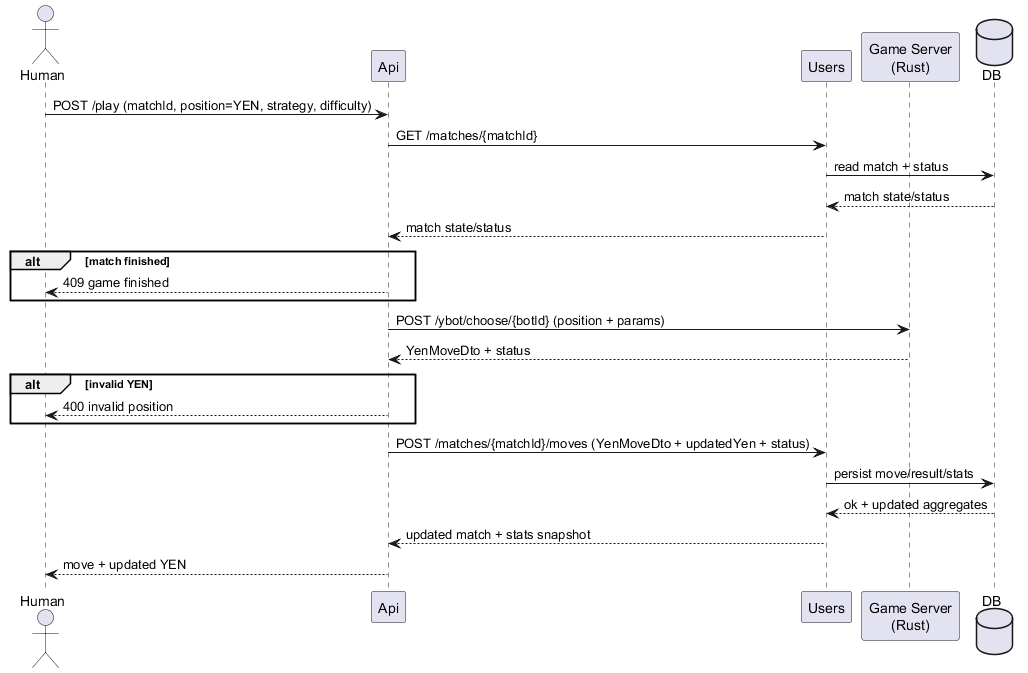
Earlier version of the PlantUML export images/runtime-human-move.png (Arquisoft/yovi_es1c).
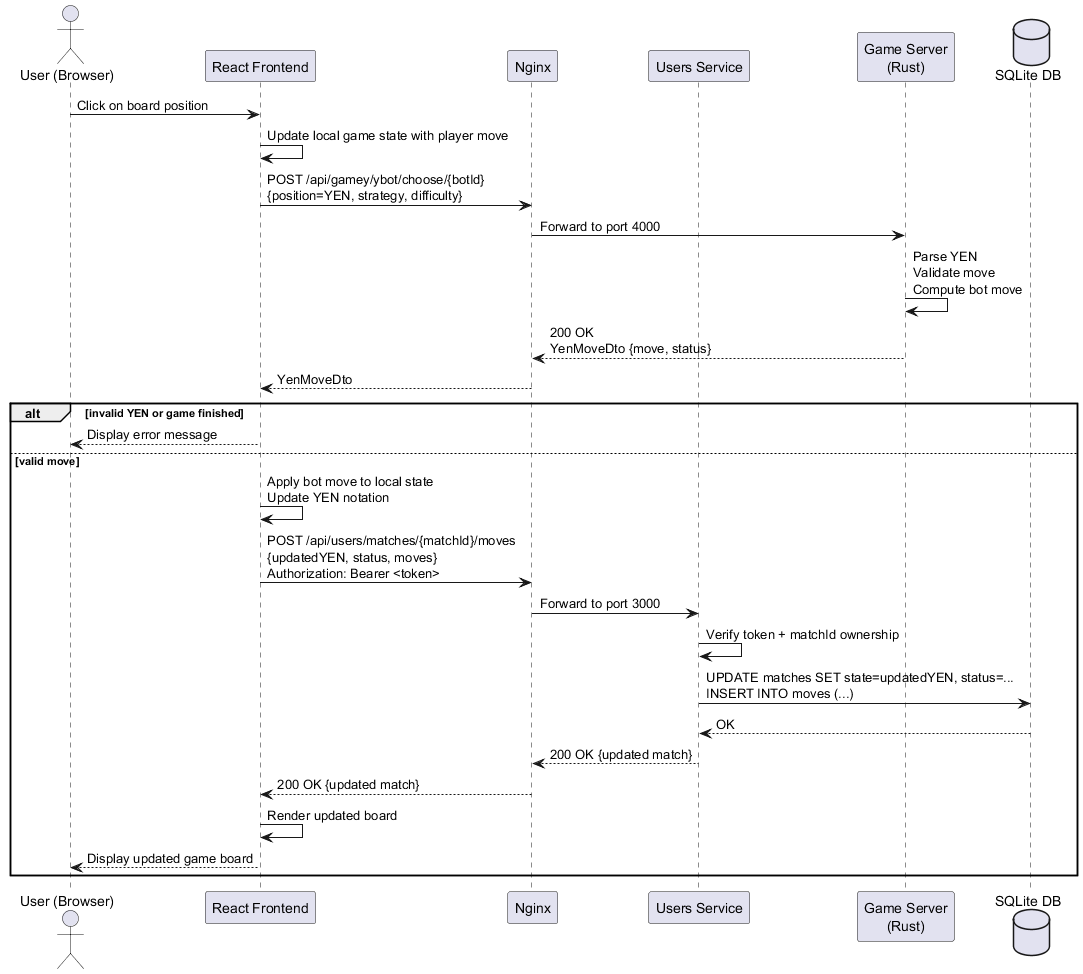
The same file after the commit.

The edit, as a diff of the source:
```diff
@@ -1,31 +1,34 @@
 @startuml
-actor Human
-participant Api
-participant Users
+actor "User (Browser)" as Human
+participant "React Frontend" as Frontend
+participant "Nginx" as Nginx
+participant "Users Service" as Users
 participant "Game Server\n(Rust)" as Engine
-database DB
+database "SQLite DB" as DB
 
-Human -> Api: POST /play (matchId, position=YEN, strategy, difficulty)
+Human -> Frontend: Click on board position
+Frontend -> Frontend: Update local game state with player move
 
-Api -> Users: GET /matches/{matchId}
-Users -> DB: read match + status
-DB --> Users: match state/status
-Users --> Api: match state/status
+Frontend -> Nginx: POST /api/gamey/ybot/choose/{botId}\n{position=YEN, strategy, difficulty}
+Nginx -> Engine: Forward to port 4000
+Engine -> Engine: Parse YEN\nValidate move\nCompute bot move
+Engine --> Nginx: 200 OK\nYenMoveDto {move, status}
+Nginx --> Frontend: YenMoveDto
 
-alt match finished
-  Api --> Human: 409 game finished
+alt invalid YEN or game finished
+  Frontend --> Human: Display error message
+else valid move
+  Frontend -> Frontend: Apply bot move to local state\nUpdate YEN notation
+
+  Frontend -> Nginx: POST /api/users/matches/{matchId}/moves\n{updatedYEN, status, moves}\nAuthorization: Bearer <token>
+  Nginx -> Users: Forward to port 3000
+  Users -> Users: Verify token + matchId ownership
+  Users -> DB: UPDATE matches SET state=updatedYEN, status=...\nINSERT INTO moves (...)
+  DB --> Users: OK
+  Users --> Nginx: 200 OK {updated match}
+  Nginx --> Frontend: 200 OK {updated match}
+
+  Frontend -> Frontend: Render updated board
+  Frontend --> Human: Display updated game board
 end
-
-Api -> Engine: POST /ybot/choose/{botId} (position + params)
-Engine --> Api: YenMoveDto + status
-
-alt invalid YEN
-  Api --> Human: 400 invalid position
-end
-
-Api -> Users: POST /matches/{matchId}/moves (YenMoveDto + updatedYen + status)
-Users -> DB: persist move/result/stats
-DB --> Users: ok + updated aggregates
-Users --> Api: updated match + stats snapshot
-Api --> Human: move + updated YEN
 @enduml
```
